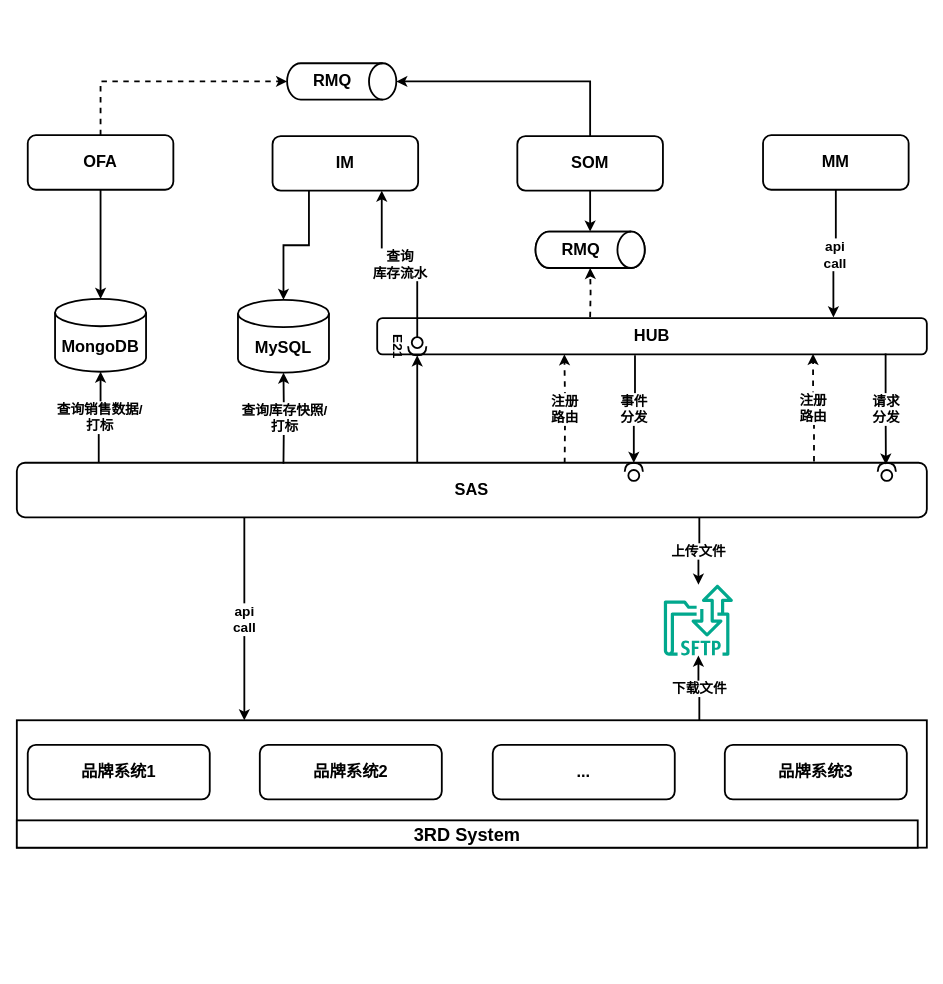
Earlier version of the draw.io diagram Data-Governance.drawio (jackie-thank/beego-authz). Source tidied: cells renumbered, new cells numbered last; positions are measured from the earlier drawing's top-left corner, leaving out a move shared by most shapes. Both pictures are drawn from the tidied source at 91%, with x=0, y=0 at pixel (16, 26).
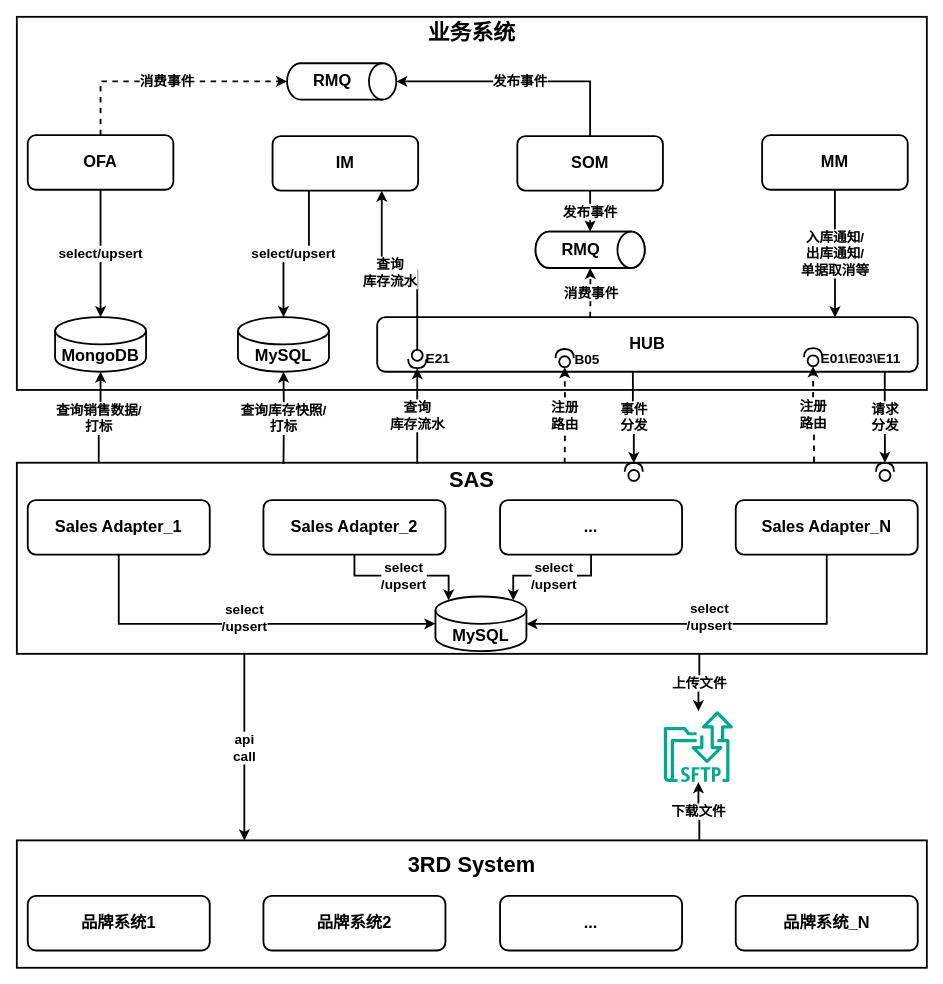
After the change.

The change refers to these unchanged cells:
```xml
<mxCell id="5" value="OFA" style="rounded=1;whiteSpace=wrap;html=1;fontSize=18;fontStyle=1;strokeWidth=2;" parent="1" vertex="1">
  <mxGeometry x="12" y="119" width="160" height="60" as="geometry" />
</mxCell>
<mxCell id="8" value="SOM" style="rounded=1;whiteSpace=wrap;html=1;fontSize=18;fontStyle=1;strokeWidth=2;" parent="1" vertex="1">
  <mxGeometry x="550" y="120" width="160" height="60" as="geometry" />
</mxCell>
<mxCell id="9" style="edgeStyle=orthogonalEdgeStyle;rounded=0;jettySize=auto;html=1;exitX=0.25;exitY=1;exitDx=0;exitDy=0;strokeWidth=2;" parent="1" edge="1" source="10" target="14">
  <mxGeometry relative="1" as="geometry" />
</mxCell>
<mxCell id="10" value="IM" style="rounded=1;whiteSpace=wrap;html=1;fontSize=18;fontStyle=1;strokeWidth=2;" parent="1" vertex="1">
  <mxGeometry x="281" y="120" width="160" height="60" as="geometry" />
</mxCell>
<mxCell id="25" style="shape=cylinder3;whiteSpace=wrap;html=1;boundedLbl=1;backgroundOutline=1;size=15;rotation=90;fontSize=18;strokeWidth=2;" parent="1" vertex="1">
  <mxGeometry x="610" y="185" width="40" height="120" as="geometry" />
</mxCell>
<mxCell id="30" style="shape=cylinder3;whiteSpace=wrap;html=1;boundedLbl=1;backgroundOutline=1;size=15;rotation=90;fontSize=18;strokeWidth=2;" parent="1" vertex="1">
  <mxGeometry x="337" width="40" height="120" as="geometry" />
</mxCell>
```

Diff of the diagram source:
```diff
@@
+    <mxCell id="44" value="&lt;div style=&quot;font-size: 24px;&quot;&gt;业务系统&lt;br&gt;&lt;/div&gt;&lt;div style=&quot;font-size: 24px;&quot;&gt;&lt;br style=&quot;font-size: 24px;&quot;&gt;&lt;/div&gt;&lt;div style=&quot;font-size: 24px;&quot;&gt;&lt;br style=&quot;font-size: 24px;&quot;&gt;&lt;/div&gt;&lt;div style=&quot;font-size: 24px;&quot;&gt;&lt;br style=&quot;font-size: 24px;&quot;&gt;&lt;/div&gt;&lt;div style=&quot;font-size: 24px;&quot;&gt;&lt;br style=&quot;font-size: 24px;&quot;&gt;&lt;/div&gt;&lt;div style=&quot;font-size: 24px;&quot;&gt;&lt;br&gt;&lt;/div&gt;&lt;div style=&quot;font-size: 24px;&quot;&gt;&lt;br&gt;&lt;/div&gt;&lt;div style=&quot;font-size: 24px;&quot;&gt;&lt;br&gt;&lt;/div&gt;&lt;div style=&quot;font-size: 24px;&quot;&gt;&lt;br&gt;&lt;/div&gt;&lt;div style=&quot;font-size: 24px;&quot;&gt;&lt;br&gt;&lt;/div&gt;&lt;div style=&quot;font-size: 24px;&quot;&gt;&lt;br&gt;&lt;/div&gt;&lt;div style=&quot;font-size: 24px;&quot;&gt;&lt;br&gt;&lt;/div&gt;&lt;div style=&quot;font-size: 24px;&quot;&gt;&lt;br&gt;&lt;/div&gt;&lt;div style=&quot;font-size: 24px;&quot;&gt;&lt;br style=&quot;font-size: 24px;&quot;&gt;&lt;/div&gt;" style="rounded=0;whiteSpace=wrap;html=1;strokeWidth=2;fontSize=24;fontStyle=1;" parent="1" vertex="1">
+      <mxGeometry y="-11" width="1000" height="410" as="geometry" />
+    </mxCell>
@@
-    <mxCell id="3" style="rounded=0;whiteSpace=wrap;html=1;strokeWidth=2;" parent="1" vertex="1">
-      <mxGeometry y="762" width="1000" height="140" as="geometry" />
+    <mxCell id="3" value="&lt;div&gt;3RD System&lt;/div&gt;&lt;div&gt;&lt;br&gt;&lt;/div&gt;&lt;div&gt;&lt;br&gt;&lt;/div&gt;&lt;div&gt;&lt;br&gt;&lt;/div&gt;" style="rounded=0;whiteSpace=wrap;html=1;strokeWidth=2;fontSize=24;fontStyle=1;" parent="1" vertex="1">
+      <mxGeometry y="894" width="1000" height="140" as="geometry" />
     </mxCell>
-    <mxCell id="4" style="edgeStyle=orthogonalEdgeStyle;rounded=0;jettySize=auto;html=1;exitX=0.5;exitY=1;exitDx=0;exitDy=0;fontSize=15;fontStyle=1;strokeWidth=2;" parent="1" edge="1" source="5" target="13">
+    <mxCell id="4" value="select/upsert" style="edgeStyle=orthogonalEdgeStyle;rounded=0;jettySize=auto;html=1;exitX=0.5;exitY=1;exitDx=0;exitDy=0;fontSize=15;fontStyle=1;strokeWidth=2;" parent="1" edge="1" source="5" target="13">
       <mxGeometry relative="1" as="geometry" />
     </mxCell>
@@
-    <mxCell id="6" style="edgeStyle=orthogonalEdgeStyle;rounded=0;jettySize=auto;html=1;exitX=0.5;exitY=1;exitDx=0;exitDy=0;strokeWidth=2;" parent="1" edge="1" source="8" target="25">
+    <mxCell id="6" value="发布事件" style="edgeStyle=orthogonalEdgeStyle;rounded=0;jettySize=auto;html=1;exitX=0.5;exitY=1;exitDx=0;exitDy=0;strokeWidth=2;fontSize=15;fontStyle=1;" parent="1" edge="1" source="8" target="25">
       <mxGeometry relative="1" as="geometry" />
     </mxCell>
-    <mxCell id="7" style="edgeStyle=orthogonalEdgeStyle;rounded=0;jettySize=auto;html=1;exitX=0.5;exitY=0;exitDx=0;exitDy=0;fontSize=15;fontStyle=0;entryX=0.5;entryY=0;entryDx=0;entryDy=0;entryPerimeter=0;strokeWidth=2;" parent="1" edge="1" source="8" target="30">
+    <mxCell id="7" value="发布事件" style="edgeStyle=orthogonalEdgeStyle;rounded=0;jettySize=auto;html=1;exitX=0.5;exitY=0;exitDx=0;exitDy=0;fontSize=15;fontStyle=1;entryX=0.5;entryY=0;entryDx=0;entryDy=0;entryPerimeter=0;strokeWidth=2;" parent="1" edge="1" source="8" target="30">
       <mxGeometry relative="1" as="geometry" />
     </mxCell>
@@
+    <mxCell id="45" value="select/upsert" style="edgeLabel;html=1;align=center;verticalAlign=middle;fontSize=15;fontStyle=1;" parent="9" vertex="1">
+      <mxGeometry x="0.04" y="-1" relative="1" as="geometry" />
+    </mxCell>
@@
-    <mxCell id="11" value="&lt;div&gt;api&lt;/div&gt;&lt;div&gt;call&lt;br&gt;&lt;/div&gt;" style="edgeStyle=orthogonalEdgeStyle;rounded=0;jettySize=auto;html=1;exitX=0.5;exitY=1;exitDx=0;exitDy=0;fontSize=15;strokeWidth=2;fontStyle=1;entryX=0.83;entryY=-0.017;entryDx=0;entryDy=0;entryPerimeter=0;" parent="1" edge="1" source="12" target="22">
+    <mxCell id="11" value="&lt;div&gt;入库通知/&lt;/div&gt;&lt;div&gt;出库通知/&lt;/div&gt;&lt;div&gt;单据取消等&lt;/div&gt;" style="edgeStyle=orthogonalEdgeStyle;rounded=0;jettySize=auto;html=1;exitX=0.5;exitY=1;exitDx=0;exitDy=0;fontSize=15;strokeWidth=2;fontStyle=1;entryX=0.847;entryY=0.003;entryDx=0;entryDy=0;entryPerimeter=0;" parent="1" edge="1" source="12" target="22">
       <mxGeometry relative="1" as="geometry" />
     </mxCell>
     <mxCell id="12" value="MM" style="rounded=1;whiteSpace=wrap;html=1;fontSize=18;fontStyle=1;strokeWidth=2;" parent="1" vertex="1">
-      <mxGeometry x="820" y="119" width="160" height="60" as="geometry" />
+      <mxGeometry x="819" y="119" width="160" height="60" as="geometry" />
     </mxCell>
     <mxCell id="13" value="MongoDB" style="shape=cylinder3;whiteSpace=wrap;html=1;boundedLbl=1;backgroundOutline=1;size=15;strokeWidth=2;fontSize=18;fontStyle=1;" parent="1" vertex="1">
-      <mxGeometry x="42" y="299" width="100" height="80" as="geometry" />
+      <mxGeometry x="42" y="319" width="100" height="60" as="geometry" />
     </mxCell>
     <mxCell id="14" value="MySQL" style="shape=cylinder3;whiteSpace=wrap;html=1;boundedLbl=1;backgroundOutline=1;size=15;strokeWidth=2;fontSize=18;fontStyle=1;" parent="1" vertex="1">
-      <mxGeometry x="243" y="300" width="100" height="80" as="geometry" />
+      <mxGeometry x="243" y="319" width="100" height="60" as="geometry" />
     </mxCell>
@@
-    <mxCell id="16" value="&lt;div style=&quot;font-size: 15px;&quot;&gt;注册&lt;/div&gt;&lt;div style=&quot;font-size: 15px;&quot;&gt;路由&lt;br style=&quot;font-size: 15px;&quot;&gt;&lt;/div&gt;" style="edgeStyle=orthogonalEdgeStyle;rounded=0;orthogonalLoop=1;jettySize=auto;html=1;strokeWidth=2;fontSize=15;fontStyle=1;dashed=1;entryX=0.367;entryY=0.995;entryDx=0;entryDy=0;entryPerimeter=0;exitX=0.618;exitY=0.006;exitDx=0;exitDy=0;exitPerimeter=0;" parent="1" edge="1">
-      <mxGeometry relative="1" as="geometry">
-        <mxPoint x="602" y="479.4" as="sourcePoint" />
-        <mxPoint x="601.7" y="359.8" as="targetPoint" />
-      </mxGeometry>
-    </mxCell>
-    <mxCell id="17" value="&lt;div&gt;注册&lt;/div&gt;&lt;div&gt;路由&lt;br&gt;&lt;/div&gt;" style="edgeStyle=orthogonalEdgeStyle;rounded=0;jettySize=auto;html=1;exitX=0.876;exitY=-0.023;exitDx=0;exitDy=0;entryX=0.793;entryY=0.983;entryDx=0;entryDy=0;exitPerimeter=0;fontSize=15;fontStyle=1;strokeWidth=2;dashed=1;entryPerimeter=0;" parent="1" edge="1" source="20" target="22">
-      <mxGeometry relative="1" as="geometry" />
-    </mxCell>
@@
-    <mxCell id="20" value="SAS" style="rounded=1;whiteSpace=wrap;html=1;strokeWidth=2;fontSize=18;fontStyle=1;" parent="1" vertex="1">
-      <mxGeometry y="479" width="1000" height="60" as="geometry" />
+    <mxCell id="20" value="&lt;div style=&quot;font-size: 24px;&quot;&gt;SAS&lt;/div&gt;&lt;div style=&quot;font-size: 24px;&quot;&gt;&lt;br style=&quot;font-size: 24px;&quot;&gt;&lt;/div&gt;&lt;div style=&quot;font-size: 24px;&quot;&gt;&lt;br style=&quot;font-size: 24px;&quot;&gt;&lt;/div&gt;&lt;div style=&quot;font-size: 24px;&quot;&gt;&lt;br style=&quot;font-size: 24px;&quot;&gt;&lt;/div&gt;&lt;div style=&quot;font-size: 24px;&quot;&gt;&lt;br style=&quot;font-size: 24px;&quot;&gt;&lt;/div&gt;&lt;div style=&quot;font-size: 24px;&quot;&gt;&lt;br&gt;&lt;/div&gt;&lt;div style=&quot;font-size: 24px;&quot;&gt;&lt;br style=&quot;font-size: 24px;&quot;&gt;&lt;/div&gt;" style="rounded=0;whiteSpace=wrap;html=1;strokeWidth=2;fontSize=24;fontStyle=1;" parent="1" vertex="1">
+      <mxGeometry y="479" width="1000" height="210" as="geometry" />
     </mxCell>
@@
     <mxCell id="22" value="HUB" style="rounded=1;whiteSpace=wrap;html=1;fontSize=18;fontStyle=1;strokeWidth=2;" parent="1" vertex="1">
-      <mxGeometry x="396" y="320" width="604" height="40" as="geometry" />
+      <mxGeometry x="396" y="319" width="594" height="60" as="geometry" />
     </mxCell>
-    <mxCell id="23" value="&lt;div&gt;事件&lt;/div&gt;&lt;div&gt;分发&lt;br&gt;&lt;/div&gt;" style="edgeStyle=orthogonalEdgeStyle;rounded=0;jettySize=auto;html=1;exitX=0.469;exitY=1.024;exitDx=0;exitDy=0;entryX=0.678;entryY=0.002;entryDx=0;entryDy=0;entryPerimeter=0;strokeWidth=2;fontSize=15;fontStyle=1;exitPerimeter=0;" parent="1" edge="1" source="22" target="20">
+    <mxCell id="23" value="&lt;div&gt;事件&lt;/div&gt;&lt;div&gt;分发&lt;br&gt;&lt;/div&gt;" style="edgeStyle=orthogonalEdgeStyle;rounded=0;jettySize=auto;html=1;exitX=0.473;exitY=0.997;exitDx=0;exitDy=0;entryX=0.678;entryY=0.002;entryDx=0;entryDy=0;entryPerimeter=0;strokeWidth=2;fontSize=15;fontStyle=1;exitPerimeter=0;" parent="1" edge="1" source="22" target="20">
       <mxGeometry relative="1" as="geometry" />
     </mxCell>
-    <mxCell id="24" value="&lt;div&gt;请求&lt;/div&gt;&lt;div&gt;分发&lt;/div&gt;" style="edgeStyle=orthogonalEdgeStyle;rounded=0;jettySize=auto;html=1;exitX=0.925;exitY=0.975;exitDx=0;exitDy=0;entryX=0.955;entryY=0.034;entryDx=0;entryDy=0;entryPerimeter=0;fontSize=15;fontStyle=1;strokeWidth=2;exitPerimeter=0;" parent="1" edge="1" source="22" target="20">
+    <mxCell id="24" value="&lt;div&gt;请求&lt;/div&gt;&lt;div&gt;分发&lt;/div&gt;" style="edgeStyle=orthogonalEdgeStyle;rounded=0;jettySize=auto;html=1;exitX=0.939;exitY=1.003;exitDx=0;exitDy=0;entryX=1;entryY=0.5;entryDx=0;entryDy=0;entryPerimeter=0;fontSize=15;fontStyle=1;strokeWidth=2;exitPerimeter=0;" parent="1" edge="1" source="22" target="37">
       <mxGeometry relative="1" as="geometry" />
     </mxCell>
@@
-    <mxCell id="26" style="edgeStyle=orthogonalEdgeStyle;rounded=0;jettySize=auto;html=1;entryX=1;entryY=0.5;entryDx=0;entryDy=0;entryPerimeter=0;strokeWidth=2;dashed=1;" parent="1" edge="1" target="25">
+    <mxCell id="26" value="消费事件" style="edgeStyle=orthogonalEdgeStyle;rounded=0;jettySize=auto;html=1;entryX=1;entryY=0.5;entryDx=0;entryDy=0;entryPerimeter=0;strokeWidth=2;dashed=1;fontSize=15;fontStyle=1;" parent="1" edge="1" target="25">
       <mxGeometry relative="1" as="geometry">
         <mxPoint x="630" y="319" as="sourcePoint" />
       </mxGeometry>
     </mxCell>
@@
-    <mxCell id="32" style="edgeStyle=orthogonalEdgeStyle;rounded=0;jettySize=auto;html=1;exitX=0.5;exitY=0;exitDx=0;exitDy=0;entryX=0.5;entryY=1;entryDx=0;entryDy=0;entryPerimeter=0;fontSize=15;fontStyle=0;strokeWidth=2;dashed=1;" parent="1" edge="1" source="5" target="30">
+    <mxCell id="32" value="消费事件" style="edgeStyle=orthogonalEdgeStyle;rounded=0;jettySize=auto;html=1;exitX=0.5;exitY=0;exitDx=0;exitDy=0;entryX=0.5;entryY=1;entryDx=0;entryDy=0;entryPerimeter=0;fontSize=15;fontStyle=1;strokeWidth=2;dashed=1;" parent="1" edge="1" source="5" target="30">
       <mxGeometry relative="1" as="geometry" />
     </mxCell>
-    <mxCell id="33" value="E21" style="shape=providedRequiredInterface;html=1;verticalLabelPosition=bottom;sketch=0;rotation=90;strokeWidth=2;fontSize=15;fontStyle=1;direction=east;" parent="1" vertex="1">
-      <mxGeometry x="430" y="341" width="20" height="20" as="geometry" />
+    <mxCell id="33" style="shape=providedRequiredInterface;html=1;verticalLabelPosition=bottom;sketch=0;rotation=90;strokeWidth=2;fontSize=15;fontStyle=1;direction=east;" parent="1" vertex="1">
+      <mxGeometry x="430" y="355" width="20" height="20" as="geometry" />
     </mxCell>
     <mxCell id="34" value="&lt;div style=&quot;font-size: 15px;&quot;&gt;查询&lt;/div&gt;&lt;div style=&quot;font-size: 15px;&quot;&gt;库存流水&lt;/div&gt;" style="edgeStyle=orthogonalEdgeStyle;rounded=0;jettySize=auto;html=1;exitX=0;exitY=0.5;exitDx=0;exitDy=0;entryX=0.75;entryY=1;entryDx=0;entryDy=0;exitPerimeter=0;strokeWidth=2;fontSize=15;fontStyle=1;" parent="1" edge="1" source="33" target="10">
-      <mxGeometry relative="1" as="geometry" />
+      <mxGeometry x="0.1" y="2" relative="1" as="geometry" />
     </mxCell>
-    <mxCell id="35" style="edgeStyle=orthogonalEdgeStyle;rounded=0;jettySize=auto;html=1;exitX=0.44;exitY=0.006;exitDx=0;exitDy=0;entryX=1;entryY=0.5;entryDx=0;entryDy=0;entryPerimeter=0;exitPerimeter=0;strokeWidth=2;fontSize=15;fontStyle=1;" parent="1" edge="1" source="20" target="33">
+    <mxCell id="35" value="&lt;div&gt;查询&lt;/div&gt;&lt;div&gt;库存流水&lt;br&gt;&lt;/div&gt;" style="edgeStyle=orthogonalEdgeStyle;rounded=0;jettySize=auto;html=1;exitX=0.44;exitY=0.006;exitDx=0;exitDy=0;entryX=1;entryY=0.5;entryDx=0;entryDy=0;entryPerimeter=0;exitPerimeter=0;strokeWidth=2;fontSize=15;fontStyle=1;" parent="1" edge="1" source="20" target="33">
       <mxGeometry relative="1" as="geometry" />
     </mxCell>
@@
     <mxCell id="37" style="shape=providedRequiredInterface;html=1;verticalLabelPosition=bottom;sketch=0;rotation=-90;strokeWidth=2;" parent="1" vertex="1">
-      <mxGeometry x="946" y="479" width="20" height="20" as="geometry" />
+      <mxGeometry x="944" y="479" width="20" height="20" as="geometry" />
     </mxCell>
     <mxCell id="38" value="品牌系统1" style="rounded=1;whiteSpace=wrap;html=1;strokeWidth=2;fontSize=18;fontStyle=1;flipH=0;" parent="1" vertex="1">
-      <mxGeometry x="12" y="789" width="200" height="60" as="geometry" />
+      <mxGeometry x="12" y="955" width="200" height="60" as="geometry" />
     </mxCell>
     <mxCell id="39" value="品牌系统2" style="rounded=1;whiteSpace=wrap;html=1;strokeWidth=2;fontSize=18;fontStyle=1;flipH=0;" parent="1" vertex="1">
-      <mxGeometry x="267" y="789" width="200" height="60" as="geometry" />
+      <mxGeometry x="271" y="955" width="200" height="60" as="geometry" />
     </mxCell>
     <mxCell id="40" value="..." style="rounded=1;whiteSpace=wrap;html=1;strokeWidth=2;fontSize=18;fontStyle=1;flipH=0;" parent="1" vertex="1">
-      <mxGeometry x="523" y="789" width="200" height="60" as="geometry" />
+      <mxGeometry x="531" y="955" width="200" height="60" as="geometry" />
     </mxCell>
-    <mxCell id="41" value="品牌系统3" style="rounded=1;whiteSpace=wrap;html=1;strokeWidth=2;fontSize=18;fontStyle=1;flipH=0;" parent="1" vertex="1">
-      <mxGeometry x="778" y="789" width="200" height="60" as="geometry" />
+    <mxCell id="41" value="品牌系统_N" style="rounded=1;whiteSpace=wrap;html=1;strokeWidth=2;fontSize=18;fontStyle=1;flipH=0;" parent="1" vertex="1">
+      <mxGeometry x="790" y="955" width="200" height="60" as="geometry" />
     </mxCell>
-    <mxCell id="42" value="3RD System" style="rounded=0;whiteSpace=wrap;html=1;strokeWidth=2;fontSize=20;fontStyle=1;" parent="1" vertex="1">
-      <mxGeometry y="872" width="990" height="30" as="geometry" />
-    </mxCell>
     <mxCell id="43" style="sketch=0;outlineConnect=0;fontColor=#232F3E;gradientColor=none;fillColor=#01A88D;strokeColor=none;dashed=0;verticalLabelPosition=bottom;verticalAlign=top;align=center;html=1;fontSize=12;fontStyle=0;shape=mxgraph.aws4.transfer_for_sftp_resource;" parent="1" vertex="1">
-      <mxGeometry x="711" y="613" width="76" height="78" as="geometry" />
+      <mxGeometry x="711" y="752" width="76" height="78" as="geometry" />
     </mxCell>
+    <mxCell id="46" value="Sales Adapter_1" style="rounded=1;whiteSpace=wrap;html=1;strokeWidth=2;fontSize=18;fontStyle=1;flipH=0;" parent="1" vertex="1">
+      <mxGeometry x="12" y="520" width="200" height="60" as="geometry" />
+    </mxCell>
+    <mxCell id="47" value="Sales Adapter_2" style="rounded=1;whiteSpace=wrap;html=1;strokeWidth=2;fontSize=18;fontStyle=1;flipH=0;" parent="1" vertex="1">
+      <mxGeometry x="271" y="520" width="200" height="60" as="geometry" />
+    </mxCell>
+    <mxCell id="48" value="..." style="rounded=1;whiteSpace=wrap;html=1;strokeWidth=2;fontSize=18;fontStyle=1;flipH=0;" parent="1" vertex="1">
+      <mxGeometry x="531" y="520" width="200" height="60" as="geometry" />
+    </mxCell>
+    <mxCell id="49" value="Sales Adapter_N" style="rounded=1;whiteSpace=wrap;html=1;strokeWidth=2;fontSize=18;fontStyle=1;flipH=0;" parent="1" vertex="1">
+      <mxGeometry x="790" y="520" width="200" height="60" as="geometry" />
+    </mxCell>
+    <mxCell id="50" value="MySQL" style="shape=cylinder3;whiteSpace=wrap;html=1;boundedLbl=1;backgroundOutline=1;size=15;strokeWidth=2;fontSize=18;fontStyle=1;" parent="1" vertex="1">
+      <mxGeometry x="460" y="626" width="100" height="60" as="geometry" />
+    </mxCell>
+    <mxCell id="51" value="select&lt;div&gt;/upsert&lt;/div&gt;" style="edgeStyle=orthogonalEdgeStyle;rounded=0;jettySize=auto;html=1;exitX=0.5;exitY=1;exitDx=0;exitDy=0;entryX=0;entryY=0.5;entryDx=0;entryDy=0;entryPerimeter=0;fontSize=15;fontStyle=1;strokeWidth=2;" parent="1" edge="1" source="46" target="50">
+      <mxGeometry x="0.01" y="7" relative="1" as="geometry" />
+    </mxCell>
+    <mxCell id="52" value="&lt;br&gt;&lt;div&gt;select&lt;/div&gt;&lt;div&gt;/upsert&lt;/div&gt;" style="edgeStyle=orthogonalEdgeStyle;rounded=0;jettySize=auto;html=1;exitX=0.5;exitY=1;exitDx=0;exitDy=0;entryX=1;entryY=0.5;entryDx=0;entryDy=0;entryPerimeter=0;fontSize=15;fontStyle=1;strokeWidth=2;" parent="1" edge="1" source="49" target="50">
+      <mxGeometry x="0.01" y="-17" relative="1" as="geometry" />
+    </mxCell>
+    <mxCell id="53" value="select&lt;div&gt;/upsert&lt;/div&gt;" style="edgeStyle=orthogonalEdgeStyle;rounded=0;jettySize=auto;html=1;exitX=0.5;exitY=1;exitDx=0;exitDy=0;entryX=0.855;entryY=0;entryDx=0;entryDy=4.35;entryPerimeter=0;fontSize=15;fontStyle=1;strokeWidth=2;" parent="1" edge="1" source="48" target="50">
+      <mxGeometry x="-0.06" relative="1" as="geometry" />
+    </mxCell>
+    <mxCell id="54" value="select&lt;div&gt;/upsert&lt;/div&gt;" style="edgeStyle=orthogonalEdgeStyle;rounded=0;jettySize=auto;html=1;exitX=0.5;exitY=1;exitDx=0;exitDy=0;entryX=0.145;entryY=0;entryDx=0;entryDy=4.35;entryPerimeter=0;fontSize=15;fontStyle=1;strokeWidth=2;" parent="1" edge="1" source="47" target="50">
+      <mxGeometry relative="1" as="geometry" />
+    </mxCell>
+    <mxCell id="55" style="shape=providedRequiredInterface;html=1;verticalLabelPosition=bottom;sketch=0;rotation=-90;strokeWidth=2;fontSize=15;fontStyle=1;" parent="1" vertex="1">
+      <mxGeometry x="592" y="354" width="20" height="20" as="geometry" />
+    </mxCell>
+    <mxCell id="16" value="&lt;div style=&quot;font-size: 15px;&quot;&gt;注册&lt;/div&gt;&lt;div style=&quot;font-size: 15px;&quot;&gt;路由&lt;br style=&quot;font-size: 15px;&quot;&gt;&lt;/div&gt;" style="edgeStyle=orthogonalEdgeStyle;rounded=0;jettySize=auto;html=1;strokeWidth=2;fontSize=15;fontStyle=1;dashed=1;entryX=0;entryY=0.5;entryDx=0;entryDy=0;entryPerimeter=0;exitX=0.618;exitY=0.006;exitDx=0;exitDy=0;exitPerimeter=0;" parent="1" edge="1" target="55">
+      <mxGeometry relative="1" as="geometry">
+        <mxPoint x="602" y="479.4" as="sourcePoint" />
+      </mxGeometry>
+    </mxCell>
+    <mxCell id="56" style="shape=providedRequiredInterface;html=1;verticalLabelPosition=bottom;sketch=0;rotation=-90;strokeWidth=2;fontSize=15;fontStyle=1;" parent="1" vertex="1">
+      <mxGeometry x="865" y="353" width="20" height="20" as="geometry" />
+    </mxCell>
+    <mxCell id="17" value="&lt;div&gt;注册&lt;/div&gt;&lt;div&gt;路由&lt;br&gt;&lt;/div&gt;" style="edgeStyle=orthogonalEdgeStyle;rounded=0;jettySize=auto;html=1;exitX=0.876;exitY=-0.004;exitDx=0;exitDy=0;exitPerimeter=0;fontSize=15;fontStyle=1;strokeWidth=2;dashed=1;entryX=0;entryY=0.5;entryDx=0;entryDy=0;entryPerimeter=0;" parent="1" edge="1" source="20" target="56">
+      <mxGeometry relative="1" as="geometry" />
+    </mxCell>
+    <mxCell id="57" value="E21" style="text;html=1;align=center;verticalAlign=middle;whiteSpace=wrap;rounded=0;fontSize=15;fontStyle=1;" parent="1" vertex="1">
+      <mxGeometry x="448" y="356" width="30" height="16" as="geometry" />
+    </mxCell>
+    <mxCell id="58" value="B05" style="text;html=1;align=center;verticalAlign=middle;whiteSpace=wrap;rounded=0;fontSize=15;fontStyle=1;" parent="1" vertex="1">
+      <mxGeometry x="612" y="357" width="30" height="16" as="geometry" />
+    </mxCell>
+    <mxCell id="59" value="&lt;div&gt;E01\E03\E11&lt;br&gt;&lt;/div&gt;" style="text;html=1;align=center;verticalAlign=middle;whiteSpace=wrap;rounded=0;fontSize=15;fontStyle=1;" parent="1" vertex="1">
+      <mxGeometry x="895" y="356" width="65" height="16" as="geometry" />
+    </mxCell>
```
